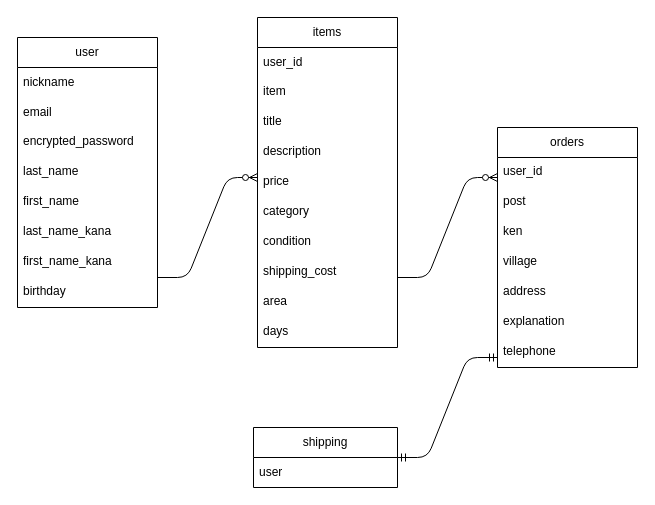
Above: furima.dio in 20230824/furima-39867 (draw.io), before the change. Source tidied: cells renumbered, new cells numbered last; positions are measured from the earlier drawing's top-left corner, leaving out a move shared by most shapes. Both pictures are drawn from the tidied source at 100%, with x=0, y=0 at pixel (17, 17).
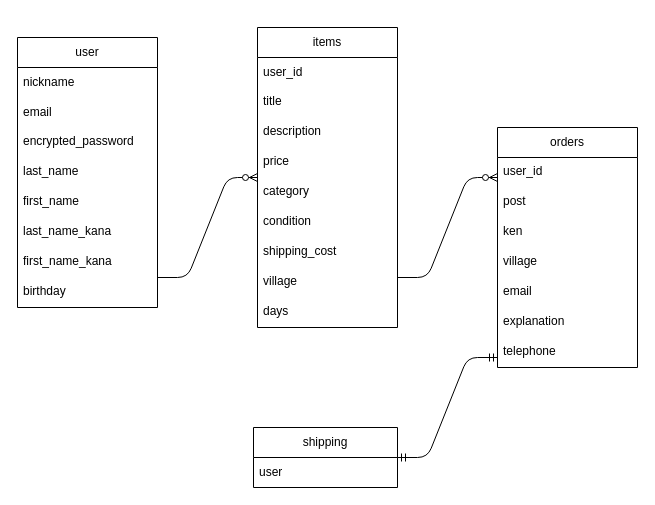
Above is the later version.

Commit message (it also covers changes not shown here):
データーベース設計、修正

Unchanged cells that the change refers to:
```xml
<mxCell id="24" value="orders" style="swimlane;fontStyle=0;horizontal=1;startSize=30;whiteSpace=wrap;html=1;" parent="1" vertex="1">
  <mxGeometry x="480" y="110" width="140" height="240" as="geometry" />
</mxCell>
```

Change to the diagram source:
```diff
@@
     <mxCell id="13" value="items" style="swimlane;fontStyle=0;horizontal=1;startSize=30;whiteSpace=wrap;html=1;" parent="1" vertex="1">
-      <mxGeometry x="240" width="140" height="330" as="geometry" />
+      <mxGeometry x="240" y="10" width="140" height="300" as="geometry" />
     </mxCell>
@@
-    <mxCell id="15" value="item" style="text;strokeColor=none;fillColor=none;spacingLeft=4;spacingRight=4;overflow=hidden;fontSize=12;" parent="13" vertex="1">
-      <mxGeometry y="60" width="140" height="30" as="geometry" />
-    </mxCell>
     <mxCell id="16" value="title " style="text;strokeColor=none;fillColor=none;spacingLeft=4;spacingRight=4;overflow=hidden;fontSize=12;" parent="13" vertex="1">
-      <mxGeometry y="90" width="140" height="30" as="geometry" />
+      <mxGeometry y="60" width="140" height="30" as="geometry" />
     </mxCell>
     <mxCell id="17" value="description " style="text;strokeColor=none;fillColor=none;spacingLeft=4;spacingRight=4;overflow=hidden;fontSize=12;" parent="13" vertex="1">
-      <mxGeometry y="120" width="140" height="30" as="geometry" />
+      <mxGeometry y="90" width="140" height="30" as="geometry" />
     </mxCell>
     <mxCell id="18" value="price" style="text;strokeColor=none;fillColor=none;spacingLeft=4;spacingRight=4;overflow=hidden;fontSize=12;" parent="13" vertex="1">
-      <mxGeometry y="150" width="140" height="30" as="geometry" />
+      <mxGeometry y="120" width="140" height="30" as="geometry" />
     </mxCell>
     <mxCell id="19" value="category " style="text;strokeColor=none;fillColor=none;spacingLeft=4;spacingRight=4;overflow=hidden;fontSize=12;" parent="13" vertex="1">
-      <mxGeometry y="180" width="140" height="30" as="geometry" />
+      <mxGeometry y="150" width="140" height="30" as="geometry" />
     </mxCell>
     <mxCell id="20" value="condition" style="text;strokeColor=none;fillColor=none;spacingLeft=4;spacingRight=4;overflow=hidden;fontSize=12;" parent="13" vertex="1">
-      <mxGeometry y="210" width="140" height="30" as="geometry" />
+      <mxGeometry y="180" width="140" height="30" as="geometry" />
     </mxCell>
     <mxCell id="21" value="shipping_cost" style="text;strokeColor=none;fillColor=none;spacingLeft=4;spacingRight=4;overflow=hidden;fontSize=12;" parent="13" vertex="1">
-      <mxGeometry y="240" width="140" height="30" as="geometry" />
+      <mxGeometry y="210" width="140" height="30" as="geometry" />
     </mxCell>
-    <mxCell id="22" value="area " style="text;strokeColor=none;fillColor=none;spacingLeft=4;spacingRight=4;overflow=hidden;fontSize=12;" parent="13" vertex="1">
-      <mxGeometry y="270" width="140" height="30" as="geometry" />
+    <mxCell id="22" value="village" style="text;strokeColor=none;fillColor=none;spacingLeft=4;spacingRight=4;overflow=hidden;fontSize=12;" parent="13" vertex="1">
+      <mxGeometry y="240" width="140" height="30" as="geometry" />
     </mxCell>
     <mxCell id="23" value="days  " style="text;strokeColor=none;fillColor=none;spacingLeft=4;spacingRight=4;overflow=hidden;fontSize=12;" parent="13" vertex="1">
-      <mxGeometry y="300" width="140" height="30" as="geometry" />
+      <mxGeometry y="270" width="140" height="30" as="geometry" />
     </mxCell>
@@
-    <mxCell id="29" value="address" style="text;strokeColor=none;fillColor=none;spacingLeft=4;spacingRight=4;overflow=hidden;fontSize=12;" parent="24" vertex="1">
+    <mxCell id="29" value="email" style="text;strokeColor=none;fillColor=none;spacingLeft=4;spacingRight=4;overflow=hidden;fontSize=12;" parent="24" vertex="1">
       <mxGeometry y="150" width="140" height="30" as="geometry" />
     </mxCell>
```
